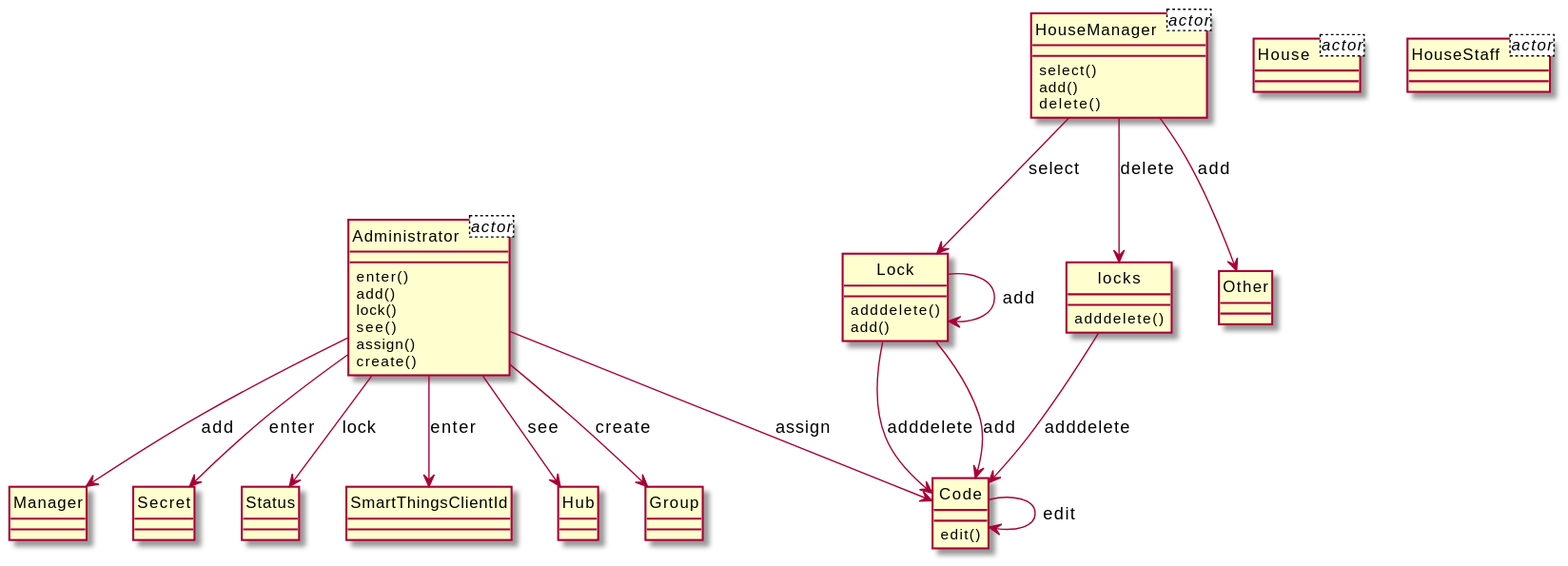
Earlier version of the PlantUML export output/diagram_5/2017-USC-Project05.svg (xixixhalu/DomainModelExtractor).
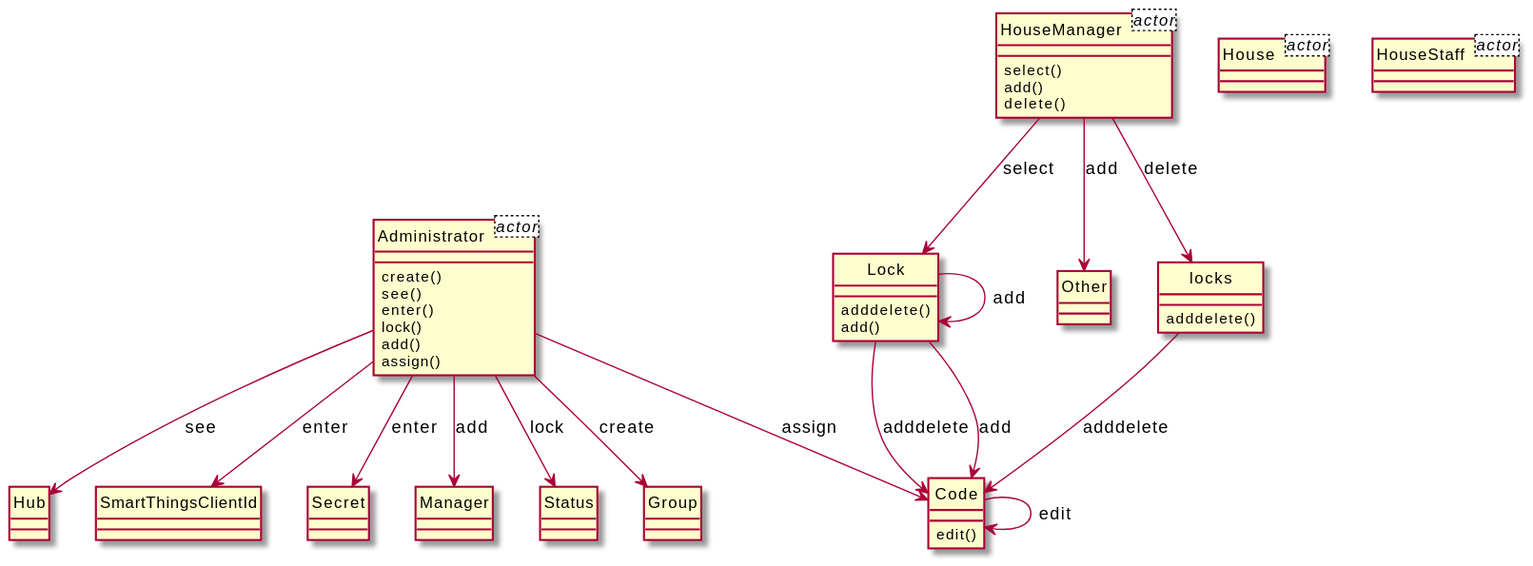
After the commit.

The edit, as a diff of the source:
```diff
@@ -8,56 +8,56 @@
 }
 class HouseStaff<actor> {
 }
-class Lock {
-	adddelete()
+class Administrator {
+	create()
+	see()
+	enter()
+	lock()
 	add()
+	assign()
+}
+class Hub {
 }
 class Code {
 	edit()
-}
-class Administrator {
-	enter()
-	add()
-	lock()
-	see()
-	assign()
-	create()
-}
-class Manager {
-}
-class Secret {
-}
-class locks {
-	adddelete()
-}
-class Status {
 }
 class HouseManager {
 	select()
 	add()
 	delete()
 }
-class Other {
+class Lock {
+	adddelete()
+	add()
 }
 class SmartThingsClientId {
 }
-class Hub {
+class Secret {
+}
+class Other {
+}
+class locks {
+	adddelete()
+}
+class Manager {
+}
+class Status {
 }
 class Group {
 }
+Lock --> Code : adddelete
 locks --> Code : adddelete
+Lock --> Lock : add
+Administrator --> Secret : enter
+HouseManager --> Lock : select
+Administrator --> Group : create
+Administrator --> Hub : see
+Code --> Code : edit
 Administrator --> Manager : add
-Administrator --> Hub : see
-HouseManager --> Lock : select
-Code --> Code : edit
+HouseManager --> Other : add
+Administrator --> SmartThingsClientId : enter
+Lock --> Code : add
+Administrator --> Code : assign
+HouseManager --> locks : delete
 Administrator --> Status : lock
-Lock --> Code : adddelete
-Administrator --> Code : assign
-Administrator --> Secret : enter
-Lock --> Lock : add
-HouseManager --> locks : delete
-Administrator --> Group : create
-Lock --> Code : add
-Administrator --> SmartThingsClientId : enter
-HouseManager --> Other : add
 @enduml
```
